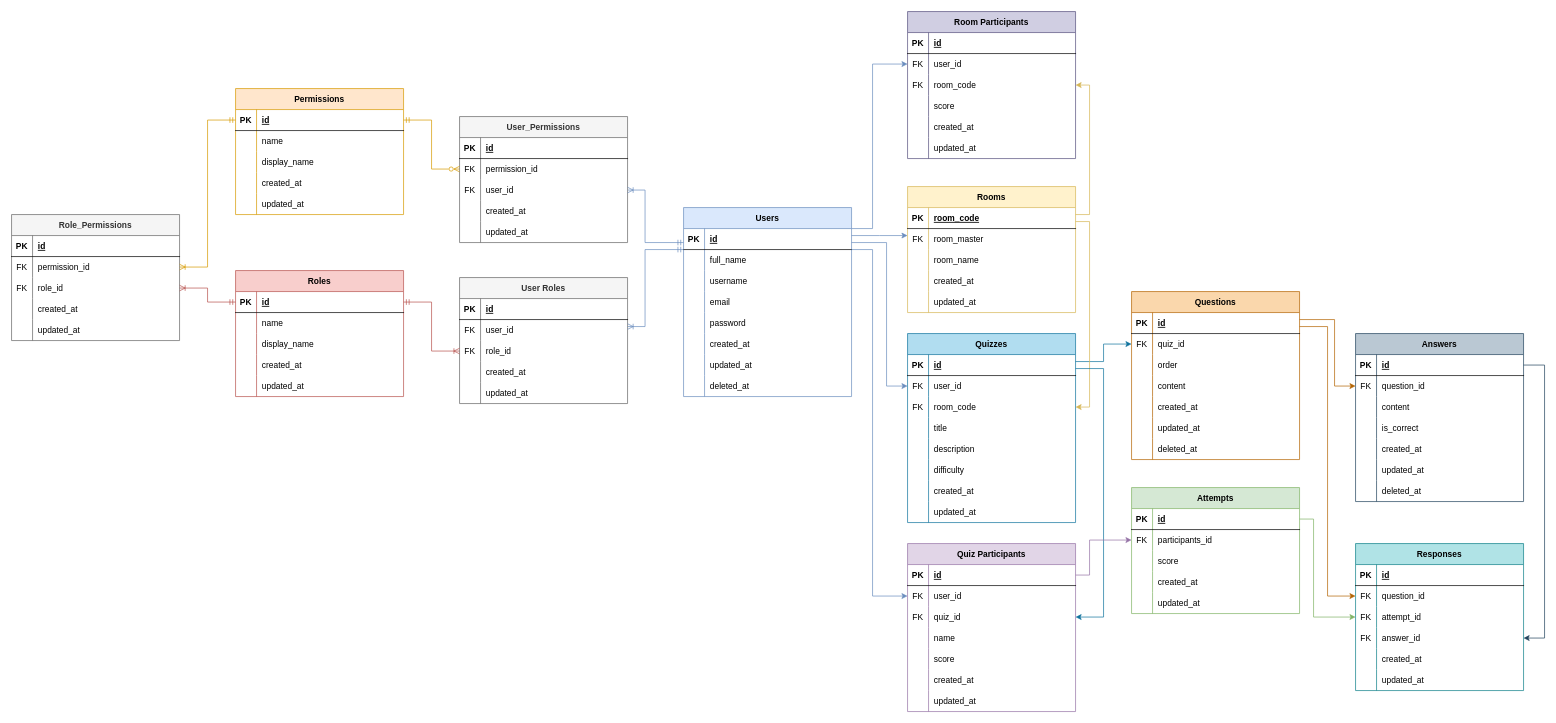
Above: databases/erd.drawio in DzakiyDzakwan/Quiz-Application-API (draw.io), before the change. Source tidied: cells renumbered, new cells numbered last; positions are measured from the earlier drawing's top-left corner, leaving out a move shared by most shapes. Both pictures are drawn from the tidied source at 70%, with x=0, y=0 at pixel (11, 11).
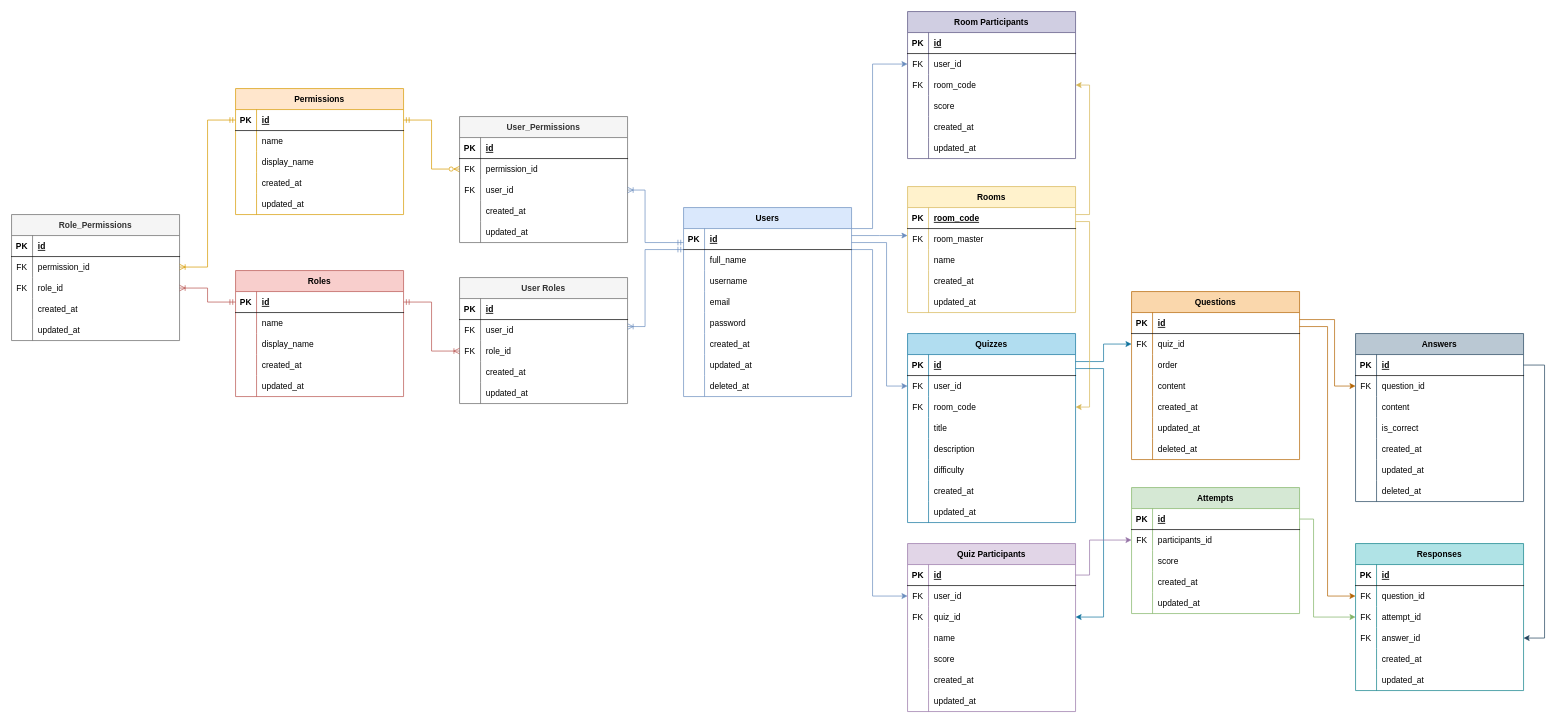
The same diagram, later.

Commit message (it also covers changes not shown here):
feat: Room Model & Room Seeder

The change refers to these unchanged cells:
```xml
<mxCell id="246" style="shape=partialRectangle;fillColor=none;top=0;left=0;right=0;bottom=0;" parent="239" vertex="1">
  <mxGeometry y="90" width="240" height="30" as="geometry" />
</mxCell>
```

The edit, as a diff of the source:
```diff
@@
-    <mxCell id="248" value="room_name" style="shape=partialRectangle;overflow=hidden;fillColor=none;top=0;left=0;bottom=0;right=0;align=left;spacingLeft=6;" parent="246" vertex="1">
+    <mxCell id="248" value="name" style="shape=partialRectangle;overflow=hidden;fillColor=none;top=0;left=0;bottom=0;right=0;align=left;spacingLeft=6;" parent="246" vertex="1">
       <mxGeometry x="30" width="210" height="30" as="geometry" />
     </mxCell>
```
